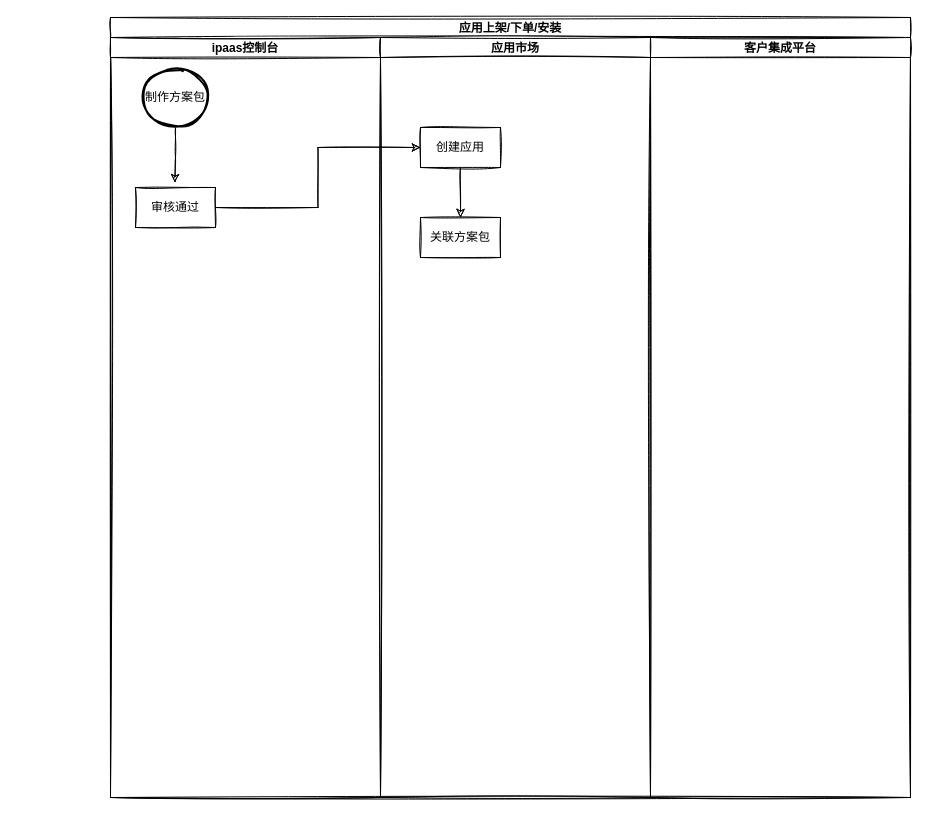
Gamain/diagrams keeps this draw.io diagram as draw/mingyuan/应用市场打通.drawio. Above is the earlier version. Source tidied: cells renumbered, new cells numbered last; positions are measured from the earlier drawing's top-left corner, leaving out a move shared by most shapes. Both pictures are drawn from the tidied source at 100%, with x=0, y=0 at pixel (110, 17).
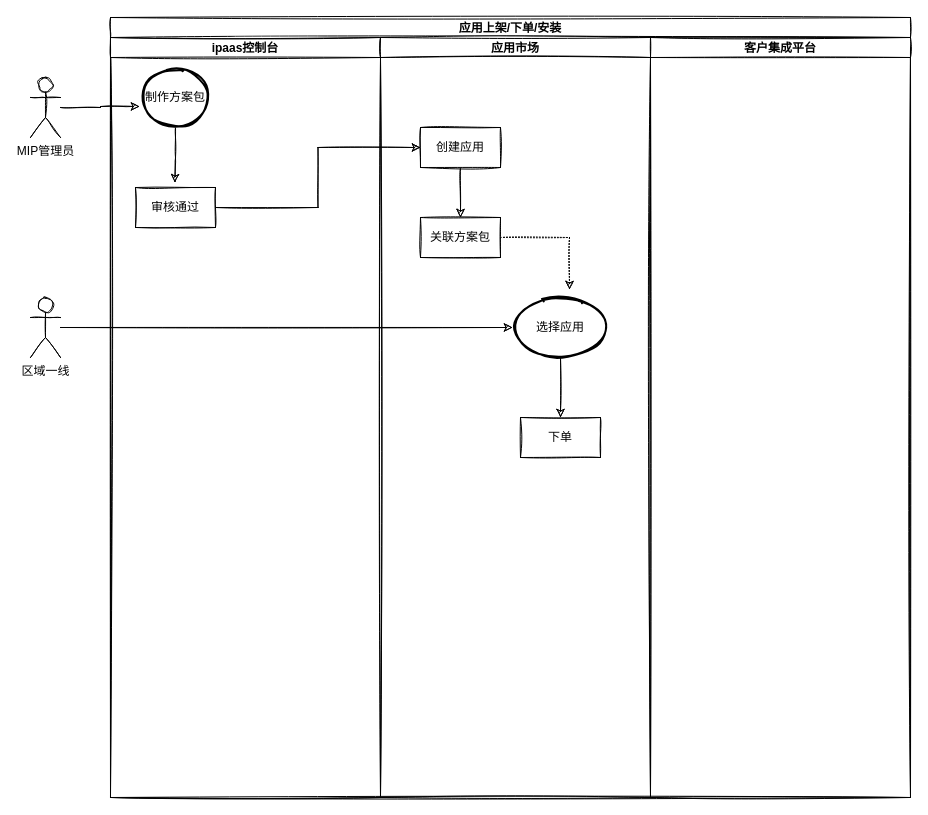
The same diagram, later.

Commit message (it also covers changes not shown here):
更新应用市场打通.drawio

The change refers to these unchanged cells:
```xml
<mxCell id="5" value="制作方案包" style="strokeWidth=2;html=1;shape=mxgraph.flowchart.start_2;whiteSpace=wrap;sketch=1;" parent="3" vertex="1">
  <mxGeometry x="30" y="30" width="70" height="60" as="geometry" />
</mxCell>
<mxCell id="7" value="应用市场" style="swimlane;startSize=20;sketch=1;" parent="2" vertex="1">
  <mxGeometry x="270" y="20" width="270" height="760" as="geometry" />
</mxCell>
<mxCell id="10" value="关联方案包" style="whiteSpace=wrap;html=1;sketch=1;" parent="7" vertex="1">
  <mxGeometry x="40" y="180" width="80" height="40" as="geometry" />
</mxCell>
```

Change to the diagram source:
```diff
@@
+    <mxCell id="13" style="edgeStyle=orthogonalEdgeStyle;rounded=0;sketch=1;jettySize=auto;html=1;entryX=0.594;entryY=-0.133;entryDx=0;entryDy=0;entryPerimeter=0;dashed=1;dashPattern=1 2;" parent="7" edge="1" source="10" target="15">
+      <mxGeometry relative="1" as="geometry" />
+    </mxCell>
@@
+    <mxCell id="14" style="edgeStyle=orthogonalEdgeStyle;rounded=0;sketch=1;jettySize=auto;html=1;exitX=0.5;exitY=1;exitDx=0;exitDy=0;exitPerimeter=0;entryX=0.5;entryY=0;entryDx=0;entryDy=0;" parent="7" edge="1" source="15" target="16">
+      <mxGeometry relative="1" as="geometry" />
+    </mxCell>
+    <mxCell id="15" value="选择应用" style="strokeWidth=2;html=1;shape=mxgraph.flowchart.start_1;whiteSpace=wrap;sketch=1;" parent="7" vertex="1">
+      <mxGeometry x="132" y="260" width="96" height="60" as="geometry" />
+    </mxCell>
+    <mxCell id="16" value="下单" style="whiteSpace=wrap;html=1;sketch=1;" parent="7" vertex="1">
+      <mxGeometry x="140" y="380" width="80" height="40" as="geometry" />
+    </mxCell>
@@
+    <mxCell id="17" style="edgeStyle=orthogonalEdgeStyle;rounded=0;sketch=1;jettySize=auto;html=1;entryX=0;entryY=0.5;entryDx=0;entryDy=0;entryPerimeter=0;" parent="1" edge="1" source="18" target="15">
+      <mxGeometry relative="1" as="geometry" />
+    </mxCell>
+    <mxCell id="18" value="区域一线" style="shape=umlActor;verticalLabelPosition=bottom;verticalAlign=top;html=1;sketch=1;" parent="1" vertex="1">
+      <mxGeometry x="-80" y="280" width="30" height="60" as="geometry" />
+    </mxCell>
+    <mxCell id="19" style="edgeStyle=orthogonalEdgeStyle;rounded=0;sketch=1;jettySize=auto;html=1;entryX=-0.014;entryY=0.65;entryDx=0;entryDy=0;entryPerimeter=0;" parent="1" edge="1" source="20" target="5">
+      <mxGeometry relative="1" as="geometry" />
+    </mxCell>
+    <mxCell id="20" value="MIP管理员" style="shape=umlActor;verticalLabelPosition=bottom;verticalAlign=top;html=1;sketch=1;" parent="1" vertex="1">
+      <mxGeometry x="-80" y="60" width="30" height="60" as="geometry" />
+    </mxCell>
```
